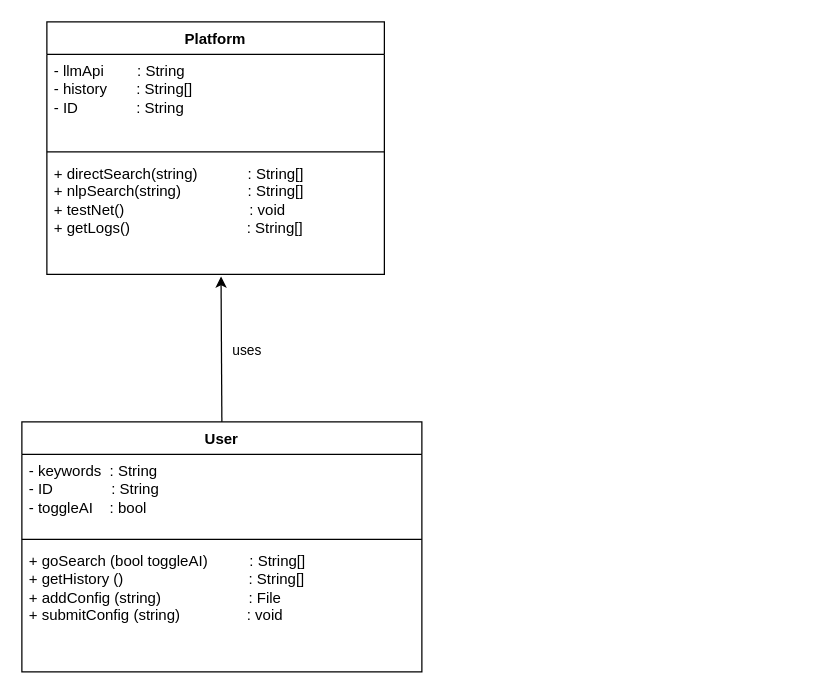
Earlier version of the draw.io diagram 类图.drawio (RimLutienpeist/Draw_io_Repo). Source tidied: cells renumbered, new cells numbered last; positions are measured from the earlier drawing's top-left corner, leaving out a move shared by most shapes. Both pictures are drawn from the tidied source at 125%, with x=0, y=0 at pixel (21, 21).
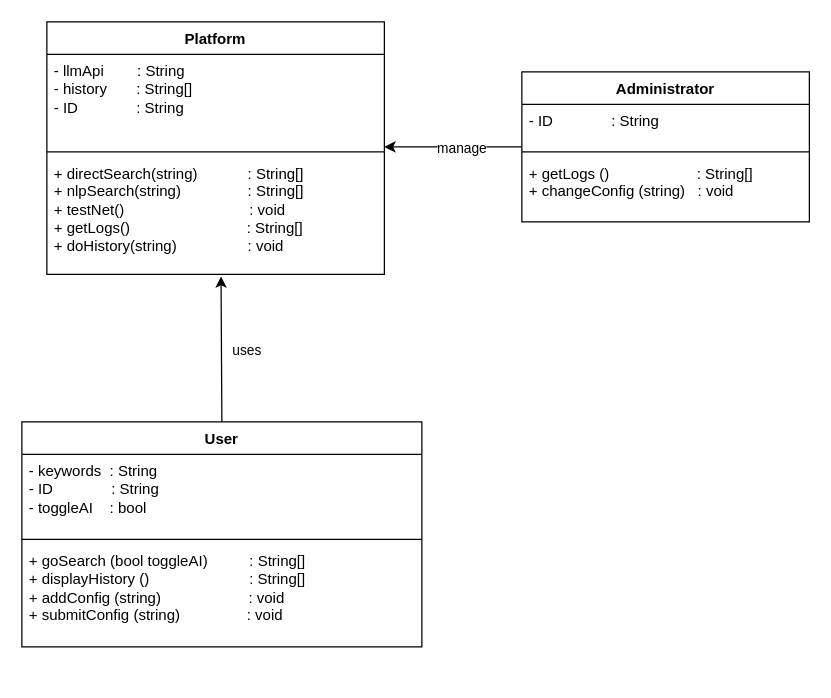
The same page after the edit.

The change refers to these unchanged cells:
```xml
<mxCell id="6" value="Platform" style="swimlane;fontStyle=1;align=center;verticalAlign=top;horizontal=1;startSize=26;whiteSpace=wrap;html=1;" parent="1" vertex="1">
  <mxGeometry x="20" width="270" height="202" as="geometry" />
</mxCell>
```

Change to the diagram source:
```diff
@@
     <mxCell id="2" value="User" style="swimlane;fontStyle=1;align=center;verticalAlign=top;horizontal=1;startSize=26;whiteSpace=wrap;html=1;" parent="1" vertex="1">
-      <mxGeometry y="320" width="320" height="200" as="geometry" />
+      <mxGeometry y="320" width="320" height="180" as="geometry" />
     </mxCell>
@@
-    <mxCell id="5" value="&lt;div&gt;+ goSearch (bool&amp;nbsp;&lt;span style=&quot;background-color: transparent; color: light-dark(rgb(0, 0, 0), rgb(255, 255, 255));&quot;&gt;toggleAI&lt;/span&gt;&lt;span style=&quot;background-color: transparent; color: light-dark(rgb(0, 0, 0), rgb(255, 255, 255));&quot;&gt;)&amp;nbsp; &amp;nbsp; &amp;nbsp; &amp;nbsp; &amp;nbsp; : String[]&lt;/span&gt;&lt;/div&gt;+ getHistory ()&amp;nbsp; &amp;nbsp; &amp;nbsp; &amp;nbsp; &amp;nbsp; &amp;nbsp; &amp;nbsp; &amp;nbsp; &amp;nbsp; &amp;nbsp; &amp;nbsp; &amp;nbsp; &amp;nbsp; &amp;nbsp; &amp;nbsp; : String[]&lt;div&gt;+ addConfig (string)&amp;nbsp; &amp;nbsp; &amp;nbsp; &amp;nbsp; &amp;nbsp; &amp;nbsp; &amp;nbsp; &amp;nbsp; &amp;nbsp; &amp;nbsp; &amp;nbsp;: File&lt;br&gt;+ submitConfig (string)&amp;nbsp; &amp;nbsp; &amp;nbsp; &amp;nbsp; &amp;nbsp; &amp;nbsp; &amp;nbsp; &amp;nbsp; : void&lt;/div&gt;&lt;div&gt;&lt;br&gt;&lt;/div&gt;" style="text;strokeColor=none;fillColor=none;align=left;verticalAlign=top;spacingLeft=4;spacingRight=4;overflow=hidden;whiteSpace=wrap;html=1;" parent="2" vertex="1">
-      <mxGeometry y="98" width="320" height="102" as="geometry" />
+    <mxCell id="5" value="&lt;div&gt;+ goSearch (bool&amp;nbsp;&lt;span style=&quot;background-color: transparent; color: light-dark(rgb(0, 0, 0), rgb(255, 255, 255));&quot;&gt;toggleAI&lt;/span&gt;&lt;span style=&quot;background-color: transparent; color: light-dark(rgb(0, 0, 0), rgb(255, 255, 255));&quot;&gt;)&amp;nbsp; &amp;nbsp; &amp;nbsp; &amp;nbsp; &amp;nbsp; : String[]&lt;/span&gt;&lt;/div&gt;+ displayHistory ()&amp;nbsp; &amp;nbsp; &amp;nbsp; &amp;nbsp; &amp;nbsp; &amp;nbsp; &amp;nbsp; &amp;nbsp; &amp;nbsp; &amp;nbsp; &amp;nbsp; &amp;nbsp; : String[]&lt;div&gt;+ addConfig (string)&amp;nbsp; &amp;nbsp; &amp;nbsp; &amp;nbsp; &amp;nbsp; &amp;nbsp; &amp;nbsp; &amp;nbsp; &amp;nbsp; &amp;nbsp; &amp;nbsp;: void&lt;br&gt;+ submitConfig (string)&amp;nbsp; &amp;nbsp; &amp;nbsp; &amp;nbsp; &amp;nbsp; &amp;nbsp; &amp;nbsp; &amp;nbsp; : void&lt;/div&gt;&lt;div&gt;&lt;br&gt;&lt;/div&gt;" style="text;strokeColor=none;fillColor=none;align=left;verticalAlign=top;spacingLeft=4;spacingRight=4;overflow=hidden;whiteSpace=wrap;html=1;" parent="2" vertex="1">
+      <mxGeometry y="98" width="320" height="82" as="geometry" />
     </mxCell>
@@
-    <mxCell id="9" value="&lt;div&gt;+ directSearch(string)&amp;nbsp; &amp;nbsp; &amp;nbsp; &amp;nbsp; &amp;nbsp; &amp;nbsp; : String[]&lt;br&gt;+ nlpSearch(string)&amp;nbsp; &amp;nbsp; &amp;nbsp; &amp;nbsp; &amp;nbsp; &amp;nbsp; &amp;nbsp; &amp;nbsp; : String[]&lt;/div&gt;&lt;div&gt;+ testNet()&amp;nbsp; &amp;nbsp; &amp;nbsp; &amp;nbsp; &amp;nbsp; &amp;nbsp; &amp;nbsp; &amp;nbsp; &amp;nbsp; &amp;nbsp; &amp;nbsp; &amp;nbsp; &amp;nbsp; &amp;nbsp; &amp;nbsp; : void&lt;br&gt;&lt;/div&gt;&lt;div&gt;+ getLogs()&amp;nbsp; &amp;nbsp; &amp;nbsp; &amp;nbsp; &amp;nbsp; &amp;nbsp; &amp;nbsp; &amp;nbsp; &amp;nbsp; &amp;nbsp; &amp;nbsp; &amp;nbsp; &amp;nbsp; &amp;nbsp; : String[]&lt;/div&gt;" style="text;strokeColor=none;fillColor=none;align=left;verticalAlign=top;spacingLeft=4;spacingRight=4;overflow=hidden;points=[[0,0.5],[1,0.5]];portConstraint=eastwest;whiteSpace=wrap;html=1;" parent="6" vertex="1">
+    <mxCell id="9" value="&lt;div&gt;+ directSearch(string)&amp;nbsp; &amp;nbsp; &amp;nbsp; &amp;nbsp; &amp;nbsp; &amp;nbsp; : String[]&lt;br&gt;+ nlpSearch(string)&amp;nbsp; &amp;nbsp; &amp;nbsp; &amp;nbsp; &amp;nbsp; &amp;nbsp; &amp;nbsp; &amp;nbsp; : String[]&lt;/div&gt;&lt;div&gt;+ testNet()&amp;nbsp; &amp;nbsp; &amp;nbsp; &amp;nbsp; &amp;nbsp; &amp;nbsp; &amp;nbsp; &amp;nbsp; &amp;nbsp; &amp;nbsp; &amp;nbsp; &amp;nbsp; &amp;nbsp; &amp;nbsp; &amp;nbsp; : void&lt;br&gt;&lt;/div&gt;&lt;div&gt;+ getLogs()&amp;nbsp; &amp;nbsp; &amp;nbsp; &amp;nbsp; &amp;nbsp; &amp;nbsp; &amp;nbsp; &amp;nbsp; &amp;nbsp; &amp;nbsp; &amp;nbsp; &amp;nbsp; &amp;nbsp; &amp;nbsp; : String[]&lt;br&gt;+ doHistory(string)&amp;nbsp; &amp;nbsp; &amp;nbsp; &amp;nbsp; &amp;nbsp; &amp;nbsp; &amp;nbsp; &amp;nbsp; &amp;nbsp;: void&amp;nbsp; &amp;nbsp; &amp;nbsp;&lt;/div&gt;" style="text;strokeColor=none;fillColor=none;align=left;verticalAlign=top;spacingLeft=4;spacingRight=4;overflow=hidden;points=[[0,0.5],[1,0.5]];portConstraint=eastwest;whiteSpace=wrap;html=1;" parent="6" vertex="1">
       <mxGeometry y="108" width="270" height="94" as="geometry" />
     </mxCell>
@@
+    <mxCell id="12" value="Administrator" style="swimlane;fontStyle=1;align=center;verticalAlign=top;horizontal=1;startSize=26;whiteSpace=wrap;html=1;" parent="1" vertex="1">
+      <mxGeometry x="400" y="40" width="230" height="120" as="geometry" />
+    </mxCell>
+    <mxCell id="13" value="&lt;div&gt;- ID&amp;nbsp; &amp;nbsp; &amp;nbsp; &amp;nbsp; &amp;nbsp; &amp;nbsp; &amp;nbsp; : String&lt;/div&gt;" style="text;strokeColor=none;fillColor=none;align=left;verticalAlign=top;spacingLeft=4;spacingRight=4;overflow=hidden;whiteSpace=wrap;html=1;" parent="12" vertex="1">
+      <mxGeometry y="26" width="230" height="34" as="geometry" />
+    </mxCell>
+    <mxCell id="14" style="line;strokeWidth=1;fillColor=none;align=left;verticalAlign=middle;spacingTop=-1;spacingLeft=3;spacingRight=3;labelPosition=right;strokeColor=inherit;" parent="12" vertex="1">
+      <mxGeometry y="60" width="230" height="8" as="geometry" />
+    </mxCell>
+    <mxCell id="15" value="&lt;div&gt;&lt;span style=&quot;background-color: transparent; color: light-dark(rgb(0, 0, 0), rgb(255, 255, 255));&quot;&gt;+ getLogs ()&amp;nbsp; &amp;nbsp; &amp;nbsp; &amp;nbsp; &amp;nbsp; &amp;nbsp; &amp;nbsp; &amp;nbsp; &amp;nbsp; &amp;nbsp; &amp;nbsp;: String[]&lt;/span&gt;&lt;/div&gt;&lt;div&gt;+ changeConfig (string)&amp;nbsp; &amp;nbsp;: void&lt;br&gt;&lt;/div&gt;" style="text;strokeColor=none;fillColor=none;align=left;verticalAlign=top;spacingLeft=4;spacingRight=4;overflow=hidden;whiteSpace=wrap;html=1;" parent="12" vertex="1">
+      <mxGeometry y="68" width="230" height="52" as="geometry" />
+    </mxCell>
+    <mxCell id="16" style="endArrow=classic;html=1;rounded=0;entryX=0.516;entryY=1.017;entryDx=0;entryDy=0;entryPerimeter=0;" parent="1" edge="1">
+      <mxGeometry relative="1" as="geometry">
+        <mxPoint x="400" y="100" as="sourcePoint" />
+        <mxPoint x="290" y="100" as="targetPoint" />
+      </mxGeometry>
+    </mxCell>
+    <mxCell id="17" value="manage" style="edgeLabel;html=1;align=center;verticalAlign=middle;" parent="16" vertex="1">
+      <mxGeometry x="-0.01" relative="1" as="geometry">
+        <mxPoint x="5" as="offset" />
+      </mxGeometry>
+    </mxCell>
```
